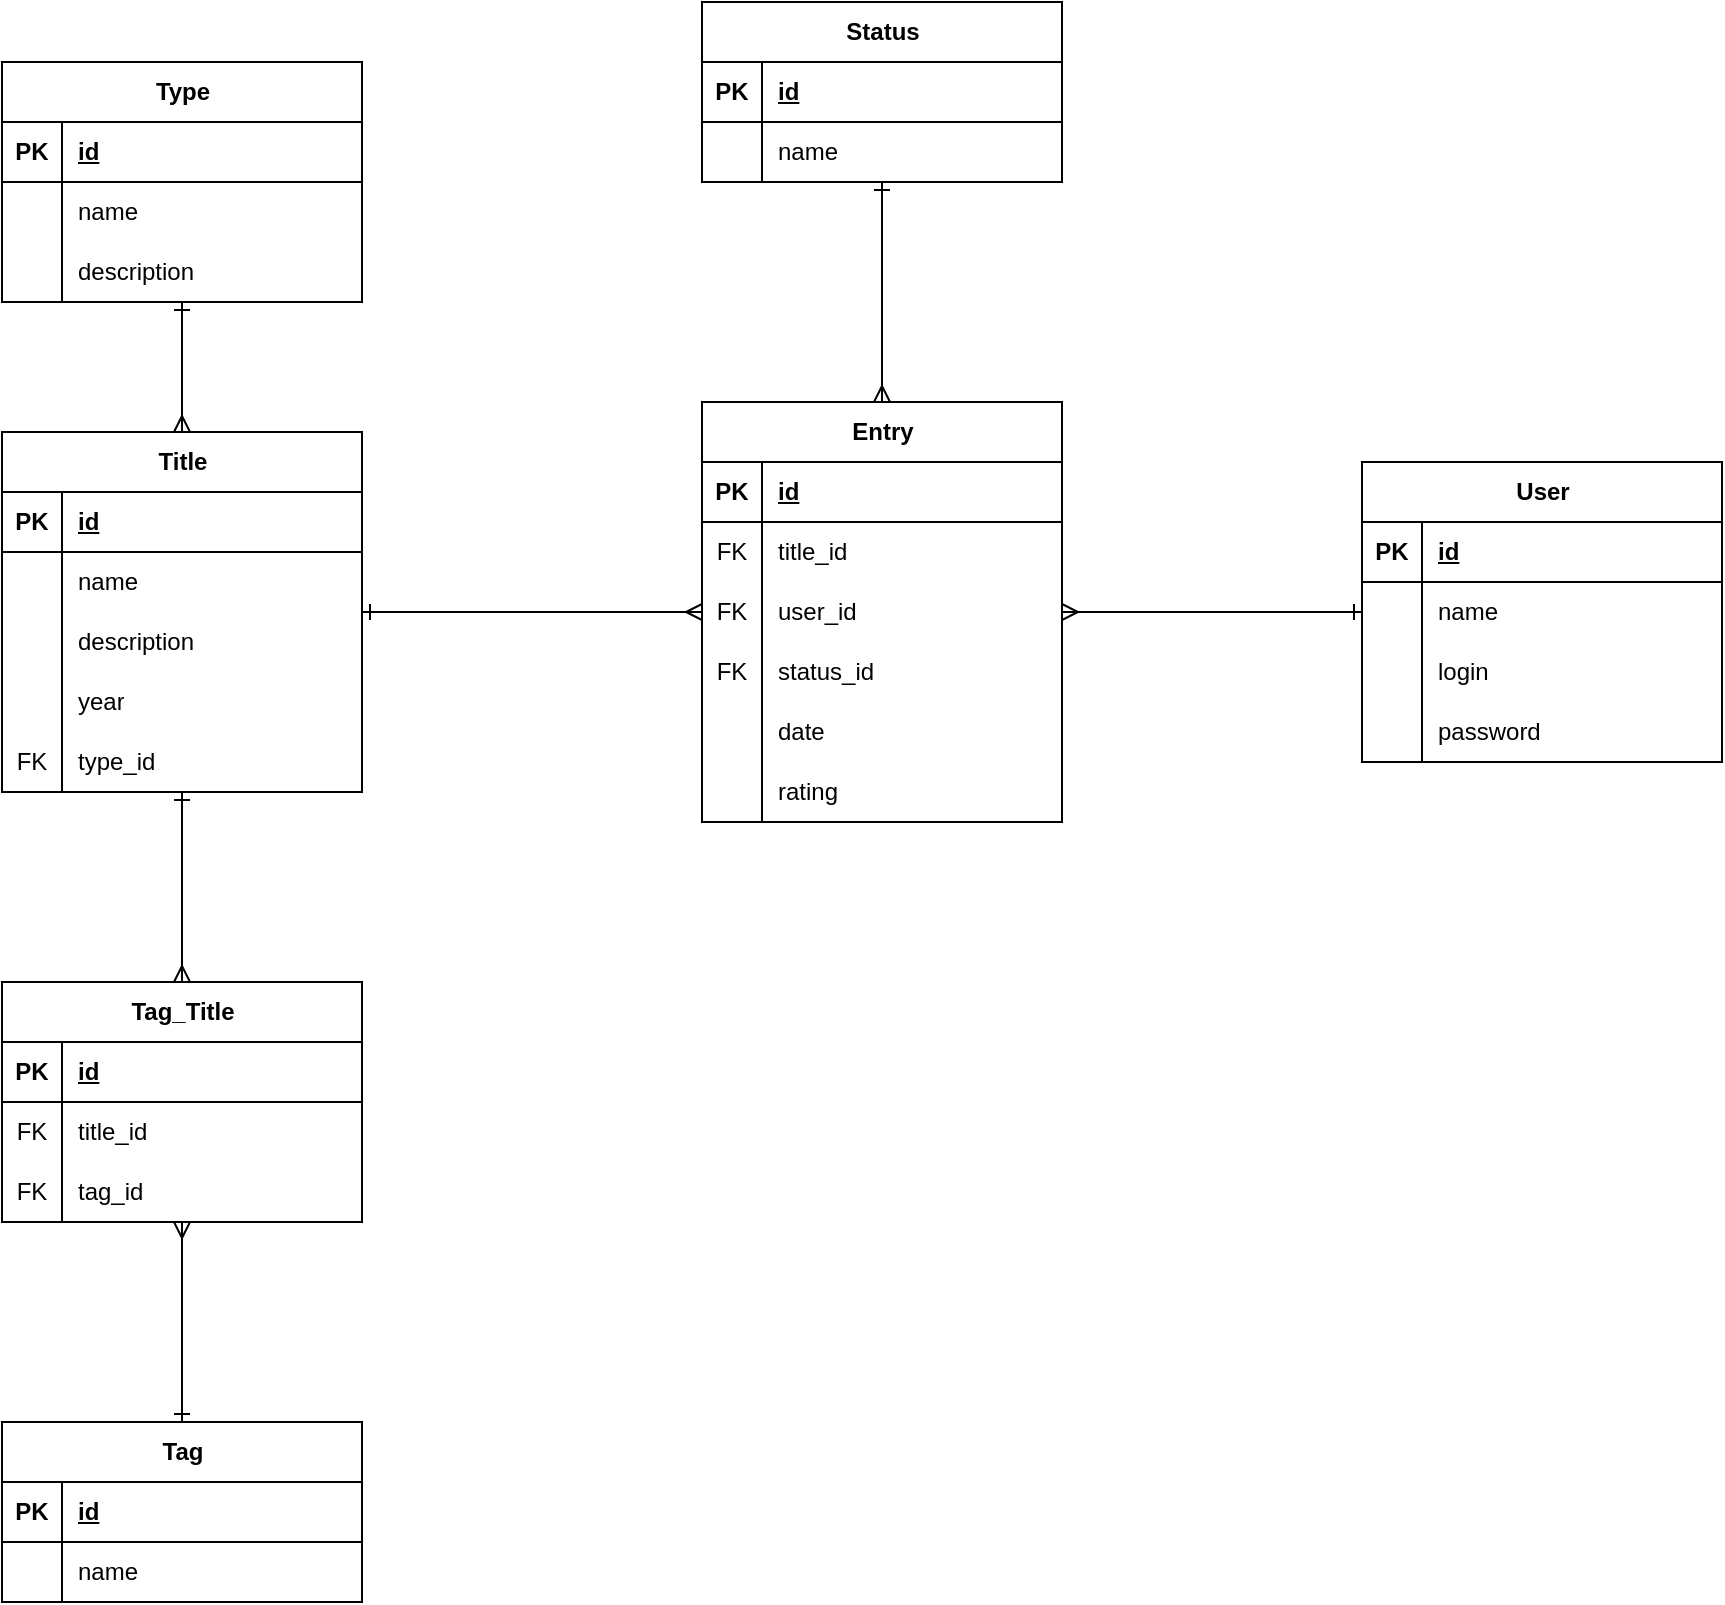
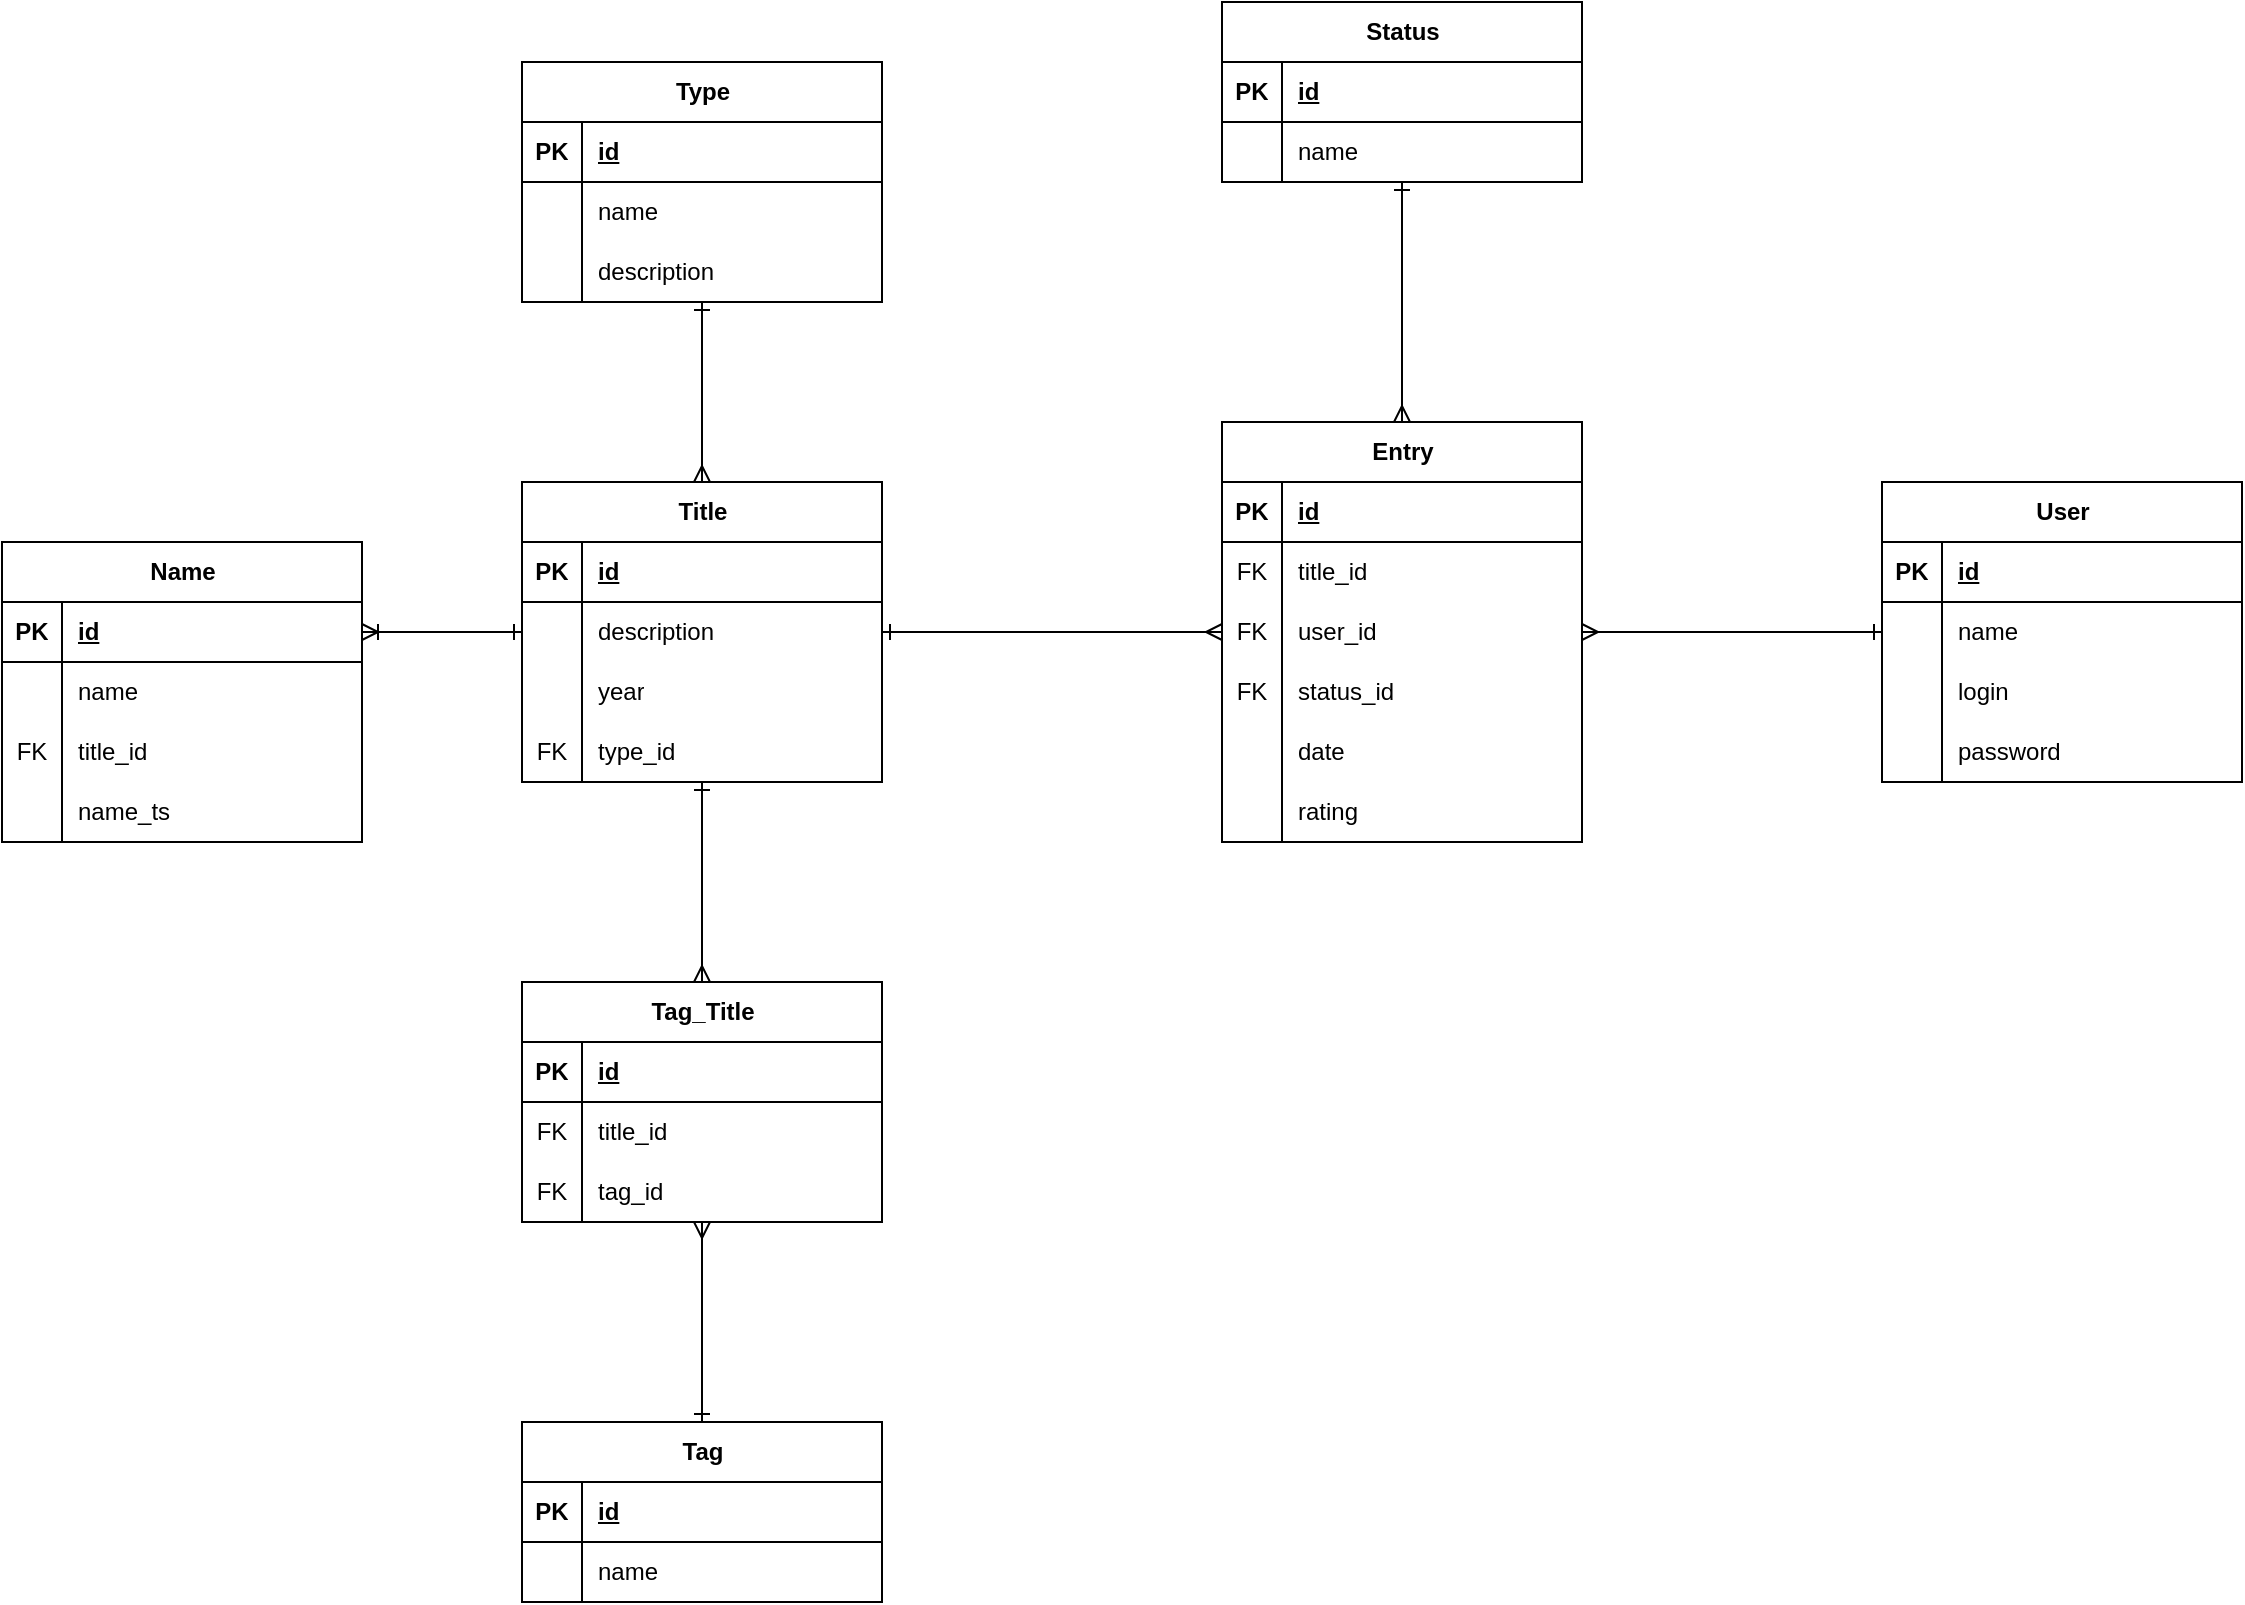
<mxfile host="Electron">
  <diagram name="Page-1" id="UIAP0Rb6fy2qAwrK1eh9">
-     <mxGraphModel dx="1414" dy="838" grid="1" gridSize="10" guides="1" tooltips="1" connect="1" arrows="1" fold="1" page="1" pageScale="1" pageWidth="1600" pageHeight="900" math="0" shadow="0">
+     <mxGraphModel dx="1664" dy="986" grid="1" gridSize="10" guides="1" tooltips="1" connect="1" arrows="1" fold="1" page="1" pageScale="1" pageWidth="1600" pageHeight="900" math="0" shadow="0">
      <root>
        <mxCell id="0" />
        <mxCell id="1" parent="0" />
        <mxCell id="jYiKfdRUw1l_-2MJucJx-72" edge="1" parent="1" source="jYiKfdRUw1l_-2MJucJx-5" style="edgeStyle=orthogonalEdgeStyle;rounded=0;orthogonalLoop=1;jettySize=auto;html=1;entryX=0;entryY=0.5;entryDx=0;entryDy=0;endArrow=ERmany;endFill=0;startArrow=ERone;startFill=0;" target="jYiKfdRUw1l_-2MJucJx-63">
          <mxGeometry relative="1" as="geometry" />
        </mxCell>
        <mxCell id="jYiKfdRUw1l_-2MJucJx-118" edge="1" parent="1" source="jYiKfdRUw1l_-2MJucJx-5" style="edgeStyle=orthogonalEdgeStyle;rounded=0;orthogonalLoop=1;jettySize=auto;html=1;entryX=0.5;entryY=0;entryDx=0;entryDy=0;startArrow=ERone;startFill=0;endArrow=ERmany;endFill=0;" target="jYiKfdRUw1l_-2MJucJx-107">
          <mxGeometry relative="1" as="geometry" />
        </mxCell>
        <mxCell id="jYiKfdRUw1l_-2MJucJx-5" parent="1" style="shape=table;startSize=30;container=1;collapsible=1;childLayout=tableLayout;fixedRows=1;rowLines=0;fontStyle=1;align=center;resizeLast=1;html=1;" value="Title" vertex="1">
-           <mxGeometry height="180" width="180" x="310" y="245" as="geometry" />
+           <mxGeometry height="150" width="180" x="310" y="270" as="geometry" />
        </mxCell>
        <mxCell id="jYiKfdRUw1l_-2MJucJx-6" parent="jYiKfdRUw1l_-2MJucJx-5" style="shape=tableRow;horizontal=0;startSize=0;swimlaneHead=0;swimlaneBody=0;fillColor=none;collapsible=0;dropTarget=0;points=[[0,0.5],[1,0.5]];portConstraint=eastwest;top=0;left=0;right=0;bottom=1;" value="" vertex="1">
          <mxGeometry height="30" width="180" y="30" as="geometry" />
        </mxCell>
        <mxCell id="jYiKfdRUw1l_-2MJucJx-7" parent="jYiKfdRUw1l_-2MJucJx-6" style="shape=partialRectangle;connectable=0;fillColor=none;top=0;left=0;bottom=0;right=0;fontStyle=1;overflow=hidden;whiteSpace=wrap;html=1;" value="PK" vertex="1">
          <mxGeometry height="30" width="30" as="geometry">
            <mxRectangle height="30" width="30" as="alternateBounds" />
          </mxGeometry>
        </mxCell>
        <mxCell id="jYiKfdRUw1l_-2MJucJx-8" parent="jYiKfdRUw1l_-2MJucJx-6" style="shape=partialRectangle;connectable=0;fillColor=none;top=0;left=0;bottom=0;right=0;align=left;spacingLeft=6;fontStyle=5;overflow=hidden;whiteSpace=wrap;html=1;" value="id" vertex="1">
          <mxGeometry height="30" width="150" x="30" as="geometry">
            <mxRectangle height="30" width="150" as="alternateBounds" />
          </mxGeometry>
        </mxCell>
-         <mxCell id="jYiKfdRUw1l_-2MJucJx-9" parent="jYiKfdRUw1l_-2MJucJx-5" style="shape=tableRow;horizontal=0;startSize=0;swimlaneHead=0;swimlaneBody=0;fillColor=none;collapsible=0;dropTarget=0;points=[[0,0.5],[1,0.5]];portConstraint=eastwest;top=0;left=0;right=0;bottom=0;" value="" vertex="1">
-           <mxGeometry height="30" width="180" y="60" as="geometry" />
-         </mxCell>
-         <mxCell id="jYiKfdRUw1l_-2MJucJx-10" parent="jYiKfdRUw1l_-2MJucJx-9" style="shape=partialRectangle;connectable=0;fillColor=none;top=0;left=0;bottom=0;right=0;editable=1;overflow=hidden;whiteSpace=wrap;html=1;" value="" vertex="1">
-           <mxGeometry height="30" width="30" as="geometry">
-             <mxRectangle height="30" width="30" as="alternateBounds" />
-           </mxGeometry>
-         </mxCell>
-         <mxCell id="jYiKfdRUw1l_-2MJucJx-11" parent="jYiKfdRUw1l_-2MJucJx-9" style="shape=partialRectangle;connectable=0;fillColor=none;top=0;left=0;bottom=0;right=0;align=left;spacingLeft=6;overflow=hidden;whiteSpace=wrap;html=1;" value="name" vertex="1">
-           <mxGeometry height="30" width="150" x="30" as="geometry">
-             <mxRectangle height="30" width="150" as="alternateBounds" />
-           </mxGeometry>
-         </mxCell>
        <mxCell id="jYiKfdRUw1l_-2MJucJx-12" parent="jYiKfdRUw1l_-2MJucJx-5" style="shape=tableRow;horizontal=0;startSize=0;swimlaneHead=0;swimlaneBody=0;fillColor=none;collapsible=0;dropTarget=0;points=[[0,0.5],[1,0.5]];portConstraint=eastwest;top=0;left=0;right=0;bottom=0;" value="" vertex="1">
-           <mxGeometry height="30" width="180" y="90" as="geometry" />
+           <mxGeometry height="30" width="180" y="60" as="geometry" />
        </mxCell>
        <mxCell id="jYiKfdRUw1l_-2MJucJx-13" parent="jYiKfdRUw1l_-2MJucJx-12" style="shape=partialRectangle;connectable=0;fillColor=none;top=0;left=0;bottom=0;right=0;editable=1;overflow=hidden;whiteSpace=wrap;html=1;" value="" vertex="1">
          <mxGeometry height="30" width="30" as="geometry">
            <mxRectangle height="30" width="30" as="alternateBounds" />
          </mxGeometry>
        </mxCell>
        <mxCell id="jYiKfdRUw1l_-2MJucJx-14" parent="jYiKfdRUw1l_-2MJucJx-12" style="shape=partialRectangle;connectable=0;fillColor=none;top=0;left=0;bottom=0;right=0;align=left;spacingLeft=6;overflow=hidden;whiteSpace=wrap;html=1;" value="description" vertex="1">
          <mxGeometry height="30" width="150" x="30" as="geometry">
            <mxRectangle height="30" width="150" as="alternateBounds" />
          </mxGeometry>
        </mxCell>
        <mxCell id="jYiKfdRUw1l_-2MJucJx-15" parent="jYiKfdRUw1l_-2MJucJx-5" style="shape=tableRow;horizontal=0;startSize=0;swimlaneHead=0;swimlaneBody=0;fillColor=none;collapsible=0;dropTarget=0;points=[[0,0.5],[1,0.5]];portConstraint=eastwest;top=0;left=0;right=0;bottom=0;" value="" vertex="1">
+           <mxGeometry height="30" width="180" y="90" as="geometry" />
+         </mxCell>
+         <mxCell id="jYiKfdRUw1l_-2MJucJx-16" parent="jYiKfdRUw1l_-2MJucJx-15" style="shape=partialRectangle;connectable=0;fillColor=none;top=0;left=0;bottom=0;right=0;editable=1;overflow=hidden;whiteSpace=wrap;html=1;" value="" vertex="1">
+           <mxGeometry height="30" width="30" as="geometry">
+             <mxRectangle height="30" width="30" as="alternateBounds" />
+           </mxGeometry>
+         </mxCell>
+         <mxCell id="jYiKfdRUw1l_-2MJucJx-17" parent="jYiKfdRUw1l_-2MJucJx-15" style="shape=partialRectangle;connectable=0;fillColor=none;top=0;left=0;bottom=0;right=0;align=left;spacingLeft=6;overflow=hidden;whiteSpace=wrap;html=1;" value="year" vertex="1">
+           <mxGeometry height="30" width="150" x="30" as="geometry">
+             <mxRectangle height="30" width="150" as="alternateBounds" />
+           </mxGeometry>
+         </mxCell>
+         <mxCell id="jYiKfdRUw1l_-2MJucJx-37" parent="jYiKfdRUw1l_-2MJucJx-5" style="shape=tableRow;horizontal=0;startSize=0;swimlaneHead=0;swimlaneBody=0;fillColor=none;collapsible=0;dropTarget=0;points=[[0,0.5],[1,0.5]];portConstraint=eastwest;top=0;left=0;right=0;bottom=0;" vertex="1">
          <mxGeometry height="30" width="180" y="120" as="geometry" />
-         </mxCell>
-         <mxCell id="jYiKfdRUw1l_-2MJucJx-16" parent="jYiKfdRUw1l_-2MJucJx-15" style="shape=partialRectangle;connectable=0;fillColor=none;top=0;left=0;bottom=0;right=0;editable=1;overflow=hidden;whiteSpace=wrap;html=1;" value="" vertex="1">
-           <mxGeometry height="30" width="30" as="geometry">
-             <mxRectangle height="30" width="30" as="alternateBounds" />
-           </mxGeometry>
-         </mxCell>
-         <mxCell id="jYiKfdRUw1l_-2MJucJx-17" parent="jYiKfdRUw1l_-2MJucJx-15" style="shape=partialRectangle;connectable=0;fillColor=none;top=0;left=0;bottom=0;right=0;align=left;spacingLeft=6;overflow=hidden;whiteSpace=wrap;html=1;" value="year" vertex="1">
-           <mxGeometry height="30" width="150" x="30" as="geometry">
-             <mxRectangle height="30" width="150" as="alternateBounds" />
-           </mxGeometry>
-         </mxCell>
-         <mxCell id="jYiKfdRUw1l_-2MJucJx-37" parent="jYiKfdRUw1l_-2MJucJx-5" style="shape=tableRow;horizontal=0;startSize=0;swimlaneHead=0;swimlaneBody=0;fillColor=none;collapsible=0;dropTarget=0;points=[[0,0.5],[1,0.5]];portConstraint=eastwest;top=0;left=0;right=0;bottom=0;" vertex="1">
-           <mxGeometry height="30" width="180" y="150" as="geometry" />
        </mxCell>
        <mxCell id="jYiKfdRUw1l_-2MJucJx-38" parent="jYiKfdRUw1l_-2MJucJx-37" style="shape=partialRectangle;connectable=0;fillColor=none;top=0;left=0;bottom=0;right=0;editable=1;overflow=hidden;whiteSpace=wrap;html=1;" value="FK" vertex="1">
          <mxGeometry height="30" width="30" as="geometry">
            <mxRectangle height="30" width="30" as="alternateBounds" />
          </mxGeometry>
        </mxCell>
        <mxCell id="jYiKfdRUw1l_-2MJucJx-39" parent="jYiKfdRUw1l_-2MJucJx-37" style="shape=partialRectangle;connectable=0;fillColor=none;top=0;left=0;bottom=0;right=0;align=left;spacingLeft=6;overflow=hidden;whiteSpace=wrap;html=1;" value="type_id" vertex="1">
          <mxGeometry height="30" width="150" x="30" as="geometry">
            <mxRectangle height="30" width="150" as="alternateBounds" />
          </mxGeometry>
        </mxCell>
        <mxCell id="jYiKfdRUw1l_-2MJucJx-33" edge="1" parent="1" source="jYiKfdRUw1l_-2MJucJx-18" style="edgeStyle=orthogonalEdgeStyle;rounded=0;orthogonalLoop=1;jettySize=auto;html=1;entryX=0.5;entryY=0;entryDx=0;entryDy=0;endArrow=ERmany;endFill=0;startArrow=ERone;startFill=0;" target="jYiKfdRUw1l_-2MJucJx-5">
          <mxGeometry relative="1" as="geometry" />
        </mxCell>
        <mxCell id="jYiKfdRUw1l_-2MJucJx-18" parent="1" style="shape=table;startSize=30;container=1;collapsible=1;childLayout=tableLayout;fixedRows=1;rowLines=0;fontStyle=1;align=center;resizeLast=1;html=1;" value="Type" vertex="1">
          <mxGeometry height="120" width="180" x="310" y="60" as="geometry" />
        </mxCell>
        <mxCell id="jYiKfdRUw1l_-2MJucJx-19" parent="jYiKfdRUw1l_-2MJucJx-18" style="shape=tableRow;horizontal=0;startSize=0;swimlaneHead=0;swimlaneBody=0;fillColor=none;collapsible=0;dropTarget=0;points=[[0,0.5],[1,0.5]];portConstraint=eastwest;top=0;left=0;right=0;bottom=1;" value="" vertex="1">
          <mxGeometry height="30" width="180" y="30" as="geometry" />
        </mxCell>
        <mxCell id="jYiKfdRUw1l_-2MJucJx-20" parent="jYiKfdRUw1l_-2MJucJx-19" style="shape=partialRectangle;connectable=0;fillColor=none;top=0;left=0;bottom=0;right=0;fontStyle=1;overflow=hidden;whiteSpace=wrap;html=1;" value="PK" vertex="1">
          <mxGeometry height="30" width="30" as="geometry">
            <mxRectangle height="30" width="30" as="alternateBounds" />
          </mxGeometry>
        </mxCell>
        <mxCell id="jYiKfdRUw1l_-2MJucJx-21" parent="jYiKfdRUw1l_-2MJucJx-19" style="shape=partialRectangle;connectable=0;fillColor=none;top=0;left=0;bottom=0;right=0;align=left;spacingLeft=6;fontStyle=5;overflow=hidden;whiteSpace=wrap;html=1;" value="id" vertex="1">
          <mxGeometry height="30" width="150" x="30" as="geometry">
            <mxRectangle height="30" width="150" as="alternateBounds" />
          </mxGeometry>
        </mxCell>
        <mxCell id="jYiKfdRUw1l_-2MJucJx-22" parent="jYiKfdRUw1l_-2MJucJx-18" style="shape=tableRow;horizontal=0;startSize=0;swimlaneHead=0;swimlaneBody=0;fillColor=none;collapsible=0;dropTarget=0;points=[[0,0.5],[1,0.5]];portConstraint=eastwest;top=0;left=0;right=0;bottom=0;" value="" vertex="1">
          <mxGeometry height="30" width="180" y="60" as="geometry" />
        </mxCell>
        <mxCell id="jYiKfdRUw1l_-2MJucJx-23" parent="jYiKfdRUw1l_-2MJucJx-22" style="shape=partialRectangle;connectable=0;fillColor=none;top=0;left=0;bottom=0;right=0;editable=1;overflow=hidden;whiteSpace=wrap;html=1;" value="" vertex="1">
          <mxGeometry height="30" width="30" as="geometry">
            <mxRectangle height="30" width="30" as="alternateBounds" />
          </mxGeometry>
        </mxCell>
        <mxCell id="jYiKfdRUw1l_-2MJucJx-24" parent="jYiKfdRUw1l_-2MJucJx-22" style="shape=partialRectangle;connectable=0;fillColor=none;top=0;left=0;bottom=0;right=0;align=left;spacingLeft=6;overflow=hidden;whiteSpace=wrap;html=1;" value="name" vertex="1">
          <mxGeometry height="30" width="150" x="30" as="geometry">
            <mxRectangle height="30" width="150" as="alternateBounds" />
          </mxGeometry>
        </mxCell>
        <mxCell id="jYiKfdRUw1l_-2MJucJx-25" parent="jYiKfdRUw1l_-2MJucJx-18" style="shape=tableRow;horizontal=0;startSize=0;swimlaneHead=0;swimlaneBody=0;fillColor=none;collapsible=0;dropTarget=0;points=[[0,0.5],[1,0.5]];portConstraint=eastwest;top=0;left=0;right=0;bottom=0;" value="" vertex="1">
          <mxGeometry height="30" width="180" y="90" as="geometry" />
        </mxCell>
        <mxCell id="jYiKfdRUw1l_-2MJucJx-26" parent="jYiKfdRUw1l_-2MJucJx-25" style="shape=partialRectangle;connectable=0;fillColor=none;top=0;left=0;bottom=0;right=0;editable=1;overflow=hidden;whiteSpace=wrap;html=1;" value="" vertex="1">
          <mxGeometry height="30" width="30" as="geometry">
            <mxRectangle height="30" width="30" as="alternateBounds" />
          </mxGeometry>
        </mxCell>
        <mxCell id="jYiKfdRUw1l_-2MJucJx-27" parent="jYiKfdRUw1l_-2MJucJx-25" style="shape=partialRectangle;connectable=0;fillColor=none;top=0;left=0;bottom=0;right=0;align=left;spacingLeft=6;overflow=hidden;whiteSpace=wrap;html=1;" value="description" vertex="1">
          <mxGeometry height="30" width="150" x="30" as="geometry">
            <mxRectangle height="30" width="150" as="alternateBounds" />
          </mxGeometry>
        </mxCell>
        <mxCell id="jYiKfdRUw1l_-2MJucJx-40" parent="1" style="shape=table;startSize=30;container=1;collapsible=1;childLayout=tableLayout;fixedRows=1;rowLines=0;fontStyle=1;align=center;resizeLast=1;html=1;" value="User" vertex="1">
-           <mxGeometry height="150" width="180" x="990" y="260" as="geometry" />
+           <mxGeometry height="150" width="180" x="990" y="270" as="geometry" />
        </mxCell>
        <mxCell id="jYiKfdRUw1l_-2MJucJx-41" parent="jYiKfdRUw1l_-2MJucJx-40" style="shape=tableRow;horizontal=0;startSize=0;swimlaneHead=0;swimlaneBody=0;fillColor=none;collapsible=0;dropTarget=0;points=[[0,0.5],[1,0.5]];portConstraint=eastwest;top=0;left=0;right=0;bottom=1;" value="" vertex="1">
          <mxGeometry height="30" width="180" y="30" as="geometry" />
        </mxCell>
        <mxCell id="jYiKfdRUw1l_-2MJucJx-42" parent="jYiKfdRUw1l_-2MJucJx-41" style="shape=partialRectangle;connectable=0;fillColor=none;top=0;left=0;bottom=0;right=0;fontStyle=1;overflow=hidden;whiteSpace=wrap;html=1;" value="PK" vertex="1">
          <mxGeometry height="30" width="30" as="geometry">
            <mxRectangle height="30" width="30" as="alternateBounds" />
          </mxGeometry>
        </mxCell>
        <mxCell id="jYiKfdRUw1l_-2MJucJx-43" parent="jYiKfdRUw1l_-2MJucJx-41" style="shape=partialRectangle;connectable=0;fillColor=none;top=0;left=0;bottom=0;right=0;align=left;spacingLeft=6;fontStyle=5;overflow=hidden;whiteSpace=wrap;html=1;" value="id" vertex="1">
          <mxGeometry height="30" width="150" x="30" as="geometry">
            <mxRectangle height="30" width="150" as="alternateBounds" />
          </mxGeometry>
        </mxCell>
        <mxCell id="jYiKfdRUw1l_-2MJucJx-44" parent="jYiKfdRUw1l_-2MJucJx-40" style="shape=tableRow;horizontal=0;startSize=0;swimlaneHead=0;swimlaneBody=0;fillColor=none;collapsible=0;dropTarget=0;points=[[0,0.5],[1,0.5]];portConstraint=eastwest;top=0;left=0;right=0;bottom=0;" value="" vertex="1">
          <mxGeometry height="30" width="180" y="60" as="geometry" />
        </mxCell>
        <mxCell id="jYiKfdRUw1l_-2MJucJx-45" parent="jYiKfdRUw1l_-2MJucJx-44" style="shape=partialRectangle;connectable=0;fillColor=none;top=0;left=0;bottom=0;right=0;editable=1;overflow=hidden;whiteSpace=wrap;html=1;" value="" vertex="1">
          <mxGeometry height="30" width="30" as="geometry">
            <mxRectangle height="30" width="30" as="alternateBounds" />
          </mxGeometry>
        </mxCell>
        <mxCell id="jYiKfdRUw1l_-2MJucJx-46" parent="jYiKfdRUw1l_-2MJucJx-44" style="shape=partialRectangle;connectable=0;fillColor=none;top=0;left=0;bottom=0;right=0;align=left;spacingLeft=6;overflow=hidden;whiteSpace=wrap;html=1;" value="name" vertex="1">
          <mxGeometry height="30" width="150" x="30" as="geometry">
            <mxRectangle height="30" width="150" as="alternateBounds" />
          </mxGeometry>
        </mxCell>
        <mxCell id="jYiKfdRUw1l_-2MJucJx-90" parent="jYiKfdRUw1l_-2MJucJx-40" style="shape=tableRow;horizontal=0;startSize=0;swimlaneHead=0;swimlaneBody=0;fillColor=none;collapsible=0;dropTarget=0;points=[[0,0.5],[1,0.5]];portConstraint=eastwest;top=0;left=0;right=0;bottom=0;" vertex="1">
          <mxGeometry height="30" width="180" y="90" as="geometry" />
        </mxCell>
        <mxCell id="jYiKfdRUw1l_-2MJucJx-91" parent="jYiKfdRUw1l_-2MJucJx-90" style="shape=partialRectangle;connectable=0;fillColor=none;top=0;left=0;bottom=0;right=0;editable=1;overflow=hidden;whiteSpace=wrap;html=1;" vertex="1">
          <mxGeometry height="30" width="30" as="geometry">
            <mxRectangle height="30" width="30" as="alternateBounds" />
          </mxGeometry>
        </mxCell>
        <mxCell id="jYiKfdRUw1l_-2MJucJx-92" parent="jYiKfdRUw1l_-2MJucJx-90" style="shape=partialRectangle;connectable=0;fillColor=none;top=0;left=0;bottom=0;right=0;align=left;spacingLeft=6;overflow=hidden;whiteSpace=wrap;html=1;" value="login" vertex="1">
          <mxGeometry height="30" width="150" x="30" as="geometry">
            <mxRectangle height="30" width="150" as="alternateBounds" />
          </mxGeometry>
        </mxCell>
        <mxCell id="jYiKfdRUw1l_-2MJucJx-47" parent="jYiKfdRUw1l_-2MJucJx-40" style="shape=tableRow;horizontal=0;startSize=0;swimlaneHead=0;swimlaneBody=0;fillColor=none;collapsible=0;dropTarget=0;points=[[0,0.5],[1,0.5]];portConstraint=eastwest;top=0;left=0;right=0;bottom=0;" value="" vertex="1">
          <mxGeometry height="30" width="180" y="120" as="geometry" />
        </mxCell>
        <mxCell id="jYiKfdRUw1l_-2MJucJx-48" parent="jYiKfdRUw1l_-2MJucJx-47" style="shape=partialRectangle;connectable=0;fillColor=none;top=0;left=0;bottom=0;right=0;editable=1;overflow=hidden;whiteSpace=wrap;html=1;" value="" vertex="1">
          <mxGeometry height="30" width="30" as="geometry">
            <mxRectangle height="30" width="30" as="alternateBounds" />
          </mxGeometry>
        </mxCell>
        <mxCell id="jYiKfdRUw1l_-2MJucJx-49" parent="jYiKfdRUw1l_-2MJucJx-47" style="shape=partialRectangle;connectable=0;fillColor=none;top=0;left=0;bottom=0;right=0;align=left;spacingLeft=6;overflow=hidden;whiteSpace=wrap;html=1;" value="password" vertex="1">
          <mxGeometry height="30" width="150" x="30" as="geometry">
            <mxRectangle height="30" width="150" as="alternateBounds" />
          </mxGeometry>
        </mxCell>
        <mxCell id="jYiKfdRUw1l_-2MJucJx-56" parent="1" style="shape=table;startSize=30;container=1;collapsible=1;childLayout=tableLayout;fixedRows=1;rowLines=0;fontStyle=1;align=center;resizeLast=1;html=1;" value="Entry" vertex="1">
-           <mxGeometry height="210" width="180" x="660" y="230" as="geometry" />
+           <mxGeometry height="210" width="180" x="660" y="240" as="geometry" />
        </mxCell>
        <mxCell id="jYiKfdRUw1l_-2MJucJx-57" parent="jYiKfdRUw1l_-2MJucJx-56" style="shape=tableRow;horizontal=0;startSize=0;swimlaneHead=0;swimlaneBody=0;fillColor=none;collapsible=0;dropTarget=0;points=[[0,0.5],[1,0.5]];portConstraint=eastwest;top=0;left=0;right=0;bottom=1;" value="" vertex="1">
          <mxGeometry height="30" width="180" y="30" as="geometry" />
        </mxCell>
        <mxCell id="jYiKfdRUw1l_-2MJucJx-58" parent="jYiKfdRUw1l_-2MJucJx-57" style="shape=partialRectangle;connectable=0;fillColor=none;top=0;left=0;bottom=0;right=0;fontStyle=1;overflow=hidden;whiteSpace=wrap;html=1;" value="PK" vertex="1">
          <mxGeometry height="30" width="30" as="geometry">
            <mxRectangle height="30" width="30" as="alternateBounds" />
          </mxGeometry>
        </mxCell>
        <mxCell id="jYiKfdRUw1l_-2MJucJx-59" parent="jYiKfdRUw1l_-2MJucJx-57" style="shape=partialRectangle;connectable=0;fillColor=none;top=0;left=0;bottom=0;right=0;align=left;spacingLeft=6;fontStyle=5;overflow=hidden;whiteSpace=wrap;html=1;" value="id" vertex="1">
          <mxGeometry height="30" width="150" x="30" as="geometry">
            <mxRectangle height="30" width="150" as="alternateBounds" />
          </mxGeometry>
        </mxCell>
        <mxCell id="jYiKfdRUw1l_-2MJucJx-60" parent="jYiKfdRUw1l_-2MJucJx-56" style="shape=tableRow;horizontal=0;startSize=0;swimlaneHead=0;swimlaneBody=0;fillColor=none;collapsible=0;dropTarget=0;points=[[0,0.5],[1,0.5]];portConstraint=eastwest;top=0;left=0;right=0;bottom=0;" value="" vertex="1">
          <mxGeometry height="30" width="180" y="60" as="geometry" />
        </mxCell>
        <mxCell id="jYiKfdRUw1l_-2MJucJx-61" parent="jYiKfdRUw1l_-2MJucJx-60" style="shape=partialRectangle;connectable=0;fillColor=none;top=0;left=0;bottom=0;right=0;editable=1;overflow=hidden;whiteSpace=wrap;html=1;" value="FK" vertex="1">
          <mxGeometry height="30" width="30" as="geometry">
            <mxRectangle height="30" width="30" as="alternateBounds" />
          </mxGeometry>
        </mxCell>
        <mxCell id="jYiKfdRUw1l_-2MJucJx-62" parent="jYiKfdRUw1l_-2MJucJx-60" style="shape=partialRectangle;connectable=0;fillColor=none;top=0;left=0;bottom=0;right=0;align=left;spacingLeft=6;overflow=hidden;whiteSpace=wrap;html=1;" value="title_i&lt;span style=&quot;background-color: transparent; color: light-dark(rgb(0, 0, 0), rgb(255, 255, 255));&quot;&gt;d&lt;/span&gt;" vertex="1">
          <mxGeometry height="30" width="150" x="30" as="geometry">
            <mxRectangle height="30" width="150" as="alternateBounds" />
          </mxGeometry>
        </mxCell>
        <mxCell id="jYiKfdRUw1l_-2MJucJx-63" parent="jYiKfdRUw1l_-2MJucJx-56" style="shape=tableRow;horizontal=0;startSize=0;swimlaneHead=0;swimlaneBody=0;fillColor=none;collapsible=0;dropTarget=0;points=[[0,0.5],[1,0.5]];portConstraint=eastwest;top=0;left=0;right=0;bottom=0;" value="" vertex="1">
          <mxGeometry height="30" width="180" y="90" as="geometry" />
        </mxCell>
        <mxCell id="jYiKfdRUw1l_-2MJucJx-64" parent="jYiKfdRUw1l_-2MJucJx-63" style="shape=partialRectangle;connectable=0;fillColor=none;top=0;left=0;bottom=0;right=0;editable=1;overflow=hidden;whiteSpace=wrap;html=1;" value="FK" vertex="1">
          <mxGeometry height="30" width="30" as="geometry">
            <mxRectangle height="30" width="30" as="alternateBounds" />
          </mxGeometry>
        </mxCell>
        <mxCell id="jYiKfdRUw1l_-2MJucJx-65" parent="jYiKfdRUw1l_-2MJucJx-63" style="shape=partialRectangle;connectable=0;fillColor=none;top=0;left=0;bottom=0;right=0;align=left;spacingLeft=6;overflow=hidden;whiteSpace=wrap;html=1;" value="user_id" vertex="1">
          <mxGeometry height="30" width="150" x="30" as="geometry">
            <mxRectangle height="30" width="150" as="alternateBounds" />
          </mxGeometry>
        </mxCell>
        <mxCell id="jYiKfdRUw1l_-2MJucJx-66" parent="jYiKfdRUw1l_-2MJucJx-56" style="shape=tableRow;horizontal=0;startSize=0;swimlaneHead=0;swimlaneBody=0;fillColor=none;collapsible=0;dropTarget=0;points=[[0,0.5],[1,0.5]];portConstraint=eastwest;top=0;left=0;right=0;bottom=0;" value="" vertex="1">
          <mxGeometry height="30" width="180" y="120" as="geometry" />
        </mxCell>
        <mxCell id="jYiKfdRUw1l_-2MJucJx-67" parent="jYiKfdRUw1l_-2MJucJx-66" style="shape=partialRectangle;connectable=0;fillColor=none;top=0;left=0;bottom=0;right=0;editable=1;overflow=hidden;whiteSpace=wrap;html=1;" value="FK" vertex="1">
          <mxGeometry height="30" width="30" as="geometry">
            <mxRectangle height="30" width="30" as="alternateBounds" />
          </mxGeometry>
        </mxCell>
        <mxCell id="jYiKfdRUw1l_-2MJucJx-68" parent="jYiKfdRUw1l_-2MJucJx-66" style="shape=partialRectangle;connectable=0;fillColor=none;top=0;left=0;bottom=0;right=0;align=left;spacingLeft=6;overflow=hidden;whiteSpace=wrap;html=1;" value="status_id" vertex="1">
          <mxGeometry height="30" width="150" x="30" as="geometry">
            <mxRectangle height="30" width="150" as="alternateBounds" />
          </mxGeometry>
        </mxCell>
        <mxCell id="jYiKfdRUw1l_-2MJucJx-69" parent="jYiKfdRUw1l_-2MJucJx-56" style="shape=tableRow;horizontal=0;startSize=0;swimlaneHead=0;swimlaneBody=0;fillColor=none;collapsible=0;dropTarget=0;points=[[0,0.5],[1,0.5]];portConstraint=eastwest;top=0;left=0;right=0;bottom=0;" vertex="1">
          <mxGeometry height="30" width="180" y="150" as="geometry" />
        </mxCell>
        <mxCell id="jYiKfdRUw1l_-2MJucJx-70" parent="jYiKfdRUw1l_-2MJucJx-69" style="shape=partialRectangle;connectable=0;fillColor=none;top=0;left=0;bottom=0;right=0;editable=1;overflow=hidden;whiteSpace=wrap;html=1;" value="" vertex="1">
          <mxGeometry height="30" width="30" as="geometry">
            <mxRectangle height="30" width="30" as="alternateBounds" />
          </mxGeometry>
        </mxCell>
        <mxCell id="jYiKfdRUw1l_-2MJucJx-71" parent="jYiKfdRUw1l_-2MJucJx-69" style="shape=partialRectangle;connectable=0;fillColor=none;top=0;left=0;bottom=0;right=0;align=left;spacingLeft=6;overflow=hidden;whiteSpace=wrap;html=1;" value="date" vertex="1">
          <mxGeometry height="30" width="150" x="30" as="geometry">
            <mxRectangle height="30" width="150" as="alternateBounds" />
          </mxGeometry>
        </mxCell>
        <mxCell id="jYiKfdRUw1l_-2MJucJx-87" parent="jYiKfdRUw1l_-2MJucJx-56" style="shape=tableRow;horizontal=0;startSize=0;swimlaneHead=0;swimlaneBody=0;fillColor=none;collapsible=0;dropTarget=0;points=[[0,0.5],[1,0.5]];portConstraint=eastwest;top=0;left=0;right=0;bottom=0;" vertex="1">
          <mxGeometry height="30" width="180" y="180" as="geometry" />
        </mxCell>
        <mxCell id="jYiKfdRUw1l_-2MJucJx-88" parent="jYiKfdRUw1l_-2MJucJx-87" style="shape=partialRectangle;connectable=0;fillColor=none;top=0;left=0;bottom=0;right=0;editable=1;overflow=hidden;whiteSpace=wrap;html=1;" vertex="1">
          <mxGeometry height="30" width="30" as="geometry">
            <mxRectangle height="30" width="30" as="alternateBounds" />
          </mxGeometry>
        </mxCell>
        <mxCell id="jYiKfdRUw1l_-2MJucJx-89" parent="jYiKfdRUw1l_-2MJucJx-87" style="shape=partialRectangle;connectable=0;fillColor=none;top=0;left=0;bottom=0;right=0;align=left;spacingLeft=6;overflow=hidden;whiteSpace=wrap;html=1;" value="rating" vertex="1">
          <mxGeometry height="30" width="150" x="30" as="geometry">
            <mxRectangle height="30" width="150" as="alternateBounds" />
          </mxGeometry>
        </mxCell>
        <mxCell id="jYiKfdRUw1l_-2MJucJx-73" edge="1" parent="1" source="jYiKfdRUw1l_-2MJucJx-44" style="edgeStyle=orthogonalEdgeStyle;rounded=0;orthogonalLoop=1;jettySize=auto;html=1;entryX=1;entryY=0.5;entryDx=0;entryDy=0;endArrow=ERmany;endFill=0;startArrow=ERone;startFill=0;exitX=0;exitY=0.5;exitDx=0;exitDy=0;" target="jYiKfdRUw1l_-2MJucJx-63">
          <mxGeometry relative="1" as="geometry">
            <mxPoint x="950" y="460" as="sourcePoint" />
          </mxGeometry>
        </mxCell>
        <mxCell id="jYiKfdRUw1l_-2MJucJx-86" edge="1" parent="1" source="jYiKfdRUw1l_-2MJucJx-74" style="edgeStyle=orthogonalEdgeStyle;rounded=0;orthogonalLoop=1;jettySize=auto;html=1;entryX=0.5;entryY=0;entryDx=0;entryDy=0;startArrow=ERone;startFill=0;endArrow=ERmany;endFill=0;" target="jYiKfdRUw1l_-2MJucJx-56">
          <mxGeometry relative="1" as="geometry" />
        </mxCell>
        <mxCell id="jYiKfdRUw1l_-2MJucJx-74" parent="1" style="shape=table;startSize=30;container=1;collapsible=1;childLayout=tableLayout;fixedRows=1;rowLines=0;fontStyle=1;align=center;resizeLast=1;html=1;" value="Status" vertex="1">
          <mxGeometry height="90" width="180" x="660" y="30" as="geometry" />
        </mxCell>
        <mxCell id="jYiKfdRUw1l_-2MJucJx-75" parent="jYiKfdRUw1l_-2MJucJx-74" style="shape=tableRow;horizontal=0;startSize=0;swimlaneHead=0;swimlaneBody=0;fillColor=none;collapsible=0;dropTarget=0;points=[[0,0.5],[1,0.5]];portConstraint=eastwest;top=0;left=0;right=0;bottom=1;" value="" vertex="1">
          <mxGeometry height="30" width="180" y="30" as="geometry" />
        </mxCell>
        <mxCell id="jYiKfdRUw1l_-2MJucJx-76" parent="jYiKfdRUw1l_-2MJucJx-75" style="shape=partialRectangle;connectable=0;fillColor=none;top=0;left=0;bottom=0;right=0;fontStyle=1;overflow=hidden;whiteSpace=wrap;html=1;" value="PK" vertex="1">
          <mxGeometry height="30" width="30" as="geometry">
            <mxRectangle height="30" width="30" as="alternateBounds" />
          </mxGeometry>
        </mxCell>
        <mxCell id="jYiKfdRUw1l_-2MJucJx-77" parent="jYiKfdRUw1l_-2MJucJx-75" style="shape=partialRectangle;connectable=0;fillColor=none;top=0;left=0;bottom=0;right=0;align=left;spacingLeft=6;fontStyle=5;overflow=hidden;whiteSpace=wrap;html=1;" value="id" vertex="1">
          <mxGeometry height="30" width="150" x="30" as="geometry">
            <mxRectangle height="30" width="150" as="alternateBounds" />
          </mxGeometry>
        </mxCell>
        <mxCell id="jYiKfdRUw1l_-2MJucJx-78" parent="jYiKfdRUw1l_-2MJucJx-74" style="shape=tableRow;horizontal=0;startSize=0;swimlaneHead=0;swimlaneBody=0;fillColor=none;collapsible=0;dropTarget=0;points=[[0,0.5],[1,0.5]];portConstraint=eastwest;top=0;left=0;right=0;bottom=0;" value="" vertex="1">
          <mxGeometry height="30" width="180" y="60" as="geometry" />
        </mxCell>
        <mxCell id="jYiKfdRUw1l_-2MJucJx-79" parent="jYiKfdRUw1l_-2MJucJx-78" style="shape=partialRectangle;connectable=0;fillColor=none;top=0;left=0;bottom=0;right=0;editable=1;overflow=hidden;whiteSpace=wrap;html=1;" value="" vertex="1">
          <mxGeometry height="30" width="30" as="geometry">
            <mxRectangle height="30" width="30" as="alternateBounds" />
          </mxGeometry>
        </mxCell>
        <mxCell id="jYiKfdRUw1l_-2MJucJx-80" parent="jYiKfdRUw1l_-2MJucJx-78" style="shape=partialRectangle;connectable=0;fillColor=none;top=0;left=0;bottom=0;right=0;align=left;spacingLeft=6;overflow=hidden;whiteSpace=wrap;html=1;" value="name" vertex="1">
          <mxGeometry height="30" width="150" x="30" as="geometry">
            <mxRectangle height="30" width="150" as="alternateBounds" />
          </mxGeometry>
        </mxCell>
        <mxCell id="jYiKfdRUw1l_-2MJucJx-93" parent="1" style="shape=table;startSize=30;container=1;collapsible=1;childLayout=tableLayout;fixedRows=1;rowLines=0;fontStyle=1;align=center;resizeLast=1;html=1;" value="Tag" vertex="1">
          <mxGeometry height="90" width="180" x="310" y="740" as="geometry" />
        </mxCell>
        <mxCell id="jYiKfdRUw1l_-2MJucJx-94" parent="jYiKfdRUw1l_-2MJucJx-93" style="shape=tableRow;horizontal=0;startSize=0;swimlaneHead=0;swimlaneBody=0;fillColor=none;collapsible=0;dropTarget=0;points=[[0,0.5],[1,0.5]];portConstraint=eastwest;top=0;left=0;right=0;bottom=1;" value="" vertex="1">
          <mxGeometry height="30" width="180" y="30" as="geometry" />
        </mxCell>
        <mxCell id="jYiKfdRUw1l_-2MJucJx-95" parent="jYiKfdRUw1l_-2MJucJx-94" style="shape=partialRectangle;connectable=0;fillColor=none;top=0;left=0;bottom=0;right=0;fontStyle=1;overflow=hidden;whiteSpace=wrap;html=1;" value="PK" vertex="1">
          <mxGeometry height="30" width="30" as="geometry">
            <mxRectangle height="30" width="30" as="alternateBounds" />
          </mxGeometry>
        </mxCell>
        <mxCell id="jYiKfdRUw1l_-2MJucJx-96" parent="jYiKfdRUw1l_-2MJucJx-94" style="shape=partialRectangle;connectable=0;fillColor=none;top=0;left=0;bottom=0;right=0;align=left;spacingLeft=6;fontStyle=5;overflow=hidden;whiteSpace=wrap;html=1;" value="id" vertex="1">
          <mxGeometry height="30" width="150" x="30" as="geometry">
            <mxRectangle height="30" width="150" as="alternateBounds" />
          </mxGeometry>
        </mxCell>
        <mxCell id="jYiKfdRUw1l_-2MJucJx-97" parent="jYiKfdRUw1l_-2MJucJx-93" style="shape=tableRow;horizontal=0;startSize=0;swimlaneHead=0;swimlaneBody=0;fillColor=none;collapsible=0;dropTarget=0;points=[[0,0.5],[1,0.5]];portConstraint=eastwest;top=0;left=0;right=0;bottom=0;" value="" vertex="1">
          <mxGeometry height="30" width="180" y="60" as="geometry" />
        </mxCell>
        <mxCell id="jYiKfdRUw1l_-2MJucJx-98" parent="jYiKfdRUw1l_-2MJucJx-97" style="shape=partialRectangle;connectable=0;fillColor=none;top=0;left=0;bottom=0;right=0;editable=1;overflow=hidden;whiteSpace=wrap;html=1;" value="" vertex="1">
          <mxGeometry height="30" width="30" as="geometry">
            <mxRectangle height="30" width="30" as="alternateBounds" />
          </mxGeometry>
        </mxCell>
        <mxCell id="jYiKfdRUw1l_-2MJucJx-99" parent="jYiKfdRUw1l_-2MJucJx-97" style="shape=partialRectangle;connectable=0;fillColor=none;top=0;left=0;bottom=0;right=0;align=left;spacingLeft=6;overflow=hidden;whiteSpace=wrap;html=1;" value="name" vertex="1">
          <mxGeometry height="30" width="150" x="30" as="geometry">
            <mxRectangle height="30" width="150" as="alternateBounds" />
          </mxGeometry>
        </mxCell>
        <mxCell id="jYiKfdRUw1l_-2MJucJx-120" edge="1" parent="1" source="jYiKfdRUw1l_-2MJucJx-107" style="edgeStyle=orthogonalEdgeStyle;rounded=0;orthogonalLoop=1;jettySize=auto;html=1;entryX=0.5;entryY=0;entryDx=0;entryDy=0;endArrow=ERone;endFill=0;startArrow=ERmany;startFill=0;" target="jYiKfdRUw1l_-2MJucJx-93">
          <mxGeometry relative="1" as="geometry" />
        </mxCell>
        <mxCell id="jYiKfdRUw1l_-2MJucJx-107" parent="1" style="shape=table;startSize=30;container=1;collapsible=1;childLayout=tableLayout;fixedRows=1;rowLines=0;fontStyle=1;align=center;resizeLast=1;html=1;" value="Tag_Title" vertex="1">
          <mxGeometry height="120" width="180" x="310" y="520" as="geometry" />
        </mxCell>
        <mxCell id="jYiKfdRUw1l_-2MJucJx-108" parent="jYiKfdRUw1l_-2MJucJx-107" style="shape=tableRow;horizontal=0;startSize=0;swimlaneHead=0;swimlaneBody=0;fillColor=none;collapsible=0;dropTarget=0;points=[[0,0.5],[1,0.5]];portConstraint=eastwest;top=0;left=0;right=0;bottom=1;" value="" vertex="1">
          <mxGeometry height="30" width="180" y="30" as="geometry" />
        </mxCell>
        <mxCell id="jYiKfdRUw1l_-2MJucJx-109" parent="jYiKfdRUw1l_-2MJucJx-108" style="shape=partialRectangle;connectable=0;fillColor=none;top=0;left=0;bottom=0;right=0;fontStyle=1;overflow=hidden;whiteSpace=wrap;html=1;" value="PK" vertex="1">
          <mxGeometry height="30" width="30" as="geometry">
            <mxRectangle height="30" width="30" as="alternateBounds" />
          </mxGeometry>
        </mxCell>
        <mxCell id="jYiKfdRUw1l_-2MJucJx-110" parent="jYiKfdRUw1l_-2MJucJx-108" style="shape=partialRectangle;connectable=0;fillColor=none;top=0;left=0;bottom=0;right=0;align=left;spacingLeft=6;fontStyle=5;overflow=hidden;whiteSpace=wrap;html=1;" value="id" vertex="1">
          <mxGeometry height="30" width="150" x="30" as="geometry">
            <mxRectangle height="30" width="150" as="alternateBounds" />
          </mxGeometry>
        </mxCell>
        <mxCell id="jYiKfdRUw1l_-2MJucJx-111" parent="jYiKfdRUw1l_-2MJucJx-107" style="shape=tableRow;horizontal=0;startSize=0;swimlaneHead=0;swimlaneBody=0;fillColor=none;collapsible=0;dropTarget=0;points=[[0,0.5],[1,0.5]];portConstraint=eastwest;top=0;left=0;right=0;bottom=0;" value="" vertex="1">
          <mxGeometry height="30" width="180" y="60" as="geometry" />
        </mxCell>
        <mxCell id="jYiKfdRUw1l_-2MJucJx-112" parent="jYiKfdRUw1l_-2MJucJx-111" style="shape=partialRectangle;connectable=0;fillColor=none;top=0;left=0;bottom=0;right=0;editable=1;overflow=hidden;whiteSpace=wrap;html=1;" value="FK" vertex="1">
          <mxGeometry height="30" width="30" as="geometry">
            <mxRectangle height="30" width="30" as="alternateBounds" />
          </mxGeometry>
        </mxCell>
        <mxCell id="jYiKfdRUw1l_-2MJucJx-113" parent="jYiKfdRUw1l_-2MJucJx-111" style="shape=partialRectangle;connectable=0;fillColor=none;top=0;left=0;bottom=0;right=0;align=left;spacingLeft=6;overflow=hidden;whiteSpace=wrap;html=1;" value="title_id" vertex="1">
          <mxGeometry height="30" width="150" x="30" as="geometry">
            <mxRectangle height="30" width="150" as="alternateBounds" />
          </mxGeometry>
        </mxCell>
        <mxCell id="jYiKfdRUw1l_-2MJucJx-114" parent="jYiKfdRUw1l_-2MJucJx-107" style="shape=tableRow;horizontal=0;startSize=0;swimlaneHead=0;swimlaneBody=0;fillColor=none;collapsible=0;dropTarget=0;points=[[0,0.5],[1,0.5]];portConstraint=eastwest;top=0;left=0;right=0;bottom=0;" value="" vertex="1">
          <mxGeometry height="30" width="180" y="90" as="geometry" />
        </mxCell>
        <mxCell id="jYiKfdRUw1l_-2MJucJx-115" parent="jYiKfdRUw1l_-2MJucJx-114" style="shape=partialRectangle;connectable=0;fillColor=none;top=0;left=0;bottom=0;right=0;editable=1;overflow=hidden;whiteSpace=wrap;html=1;" value="FK" vertex="1">
          <mxGeometry height="30" width="30" as="geometry">
            <mxRectangle height="30" width="30" as="alternateBounds" />
          </mxGeometry>
        </mxCell>
        <mxCell id="jYiKfdRUw1l_-2MJucJx-116" parent="jYiKfdRUw1l_-2MJucJx-114" style="shape=partialRectangle;connectable=0;fillColor=none;top=0;left=0;bottom=0;right=0;align=left;spacingLeft=6;overflow=hidden;whiteSpace=wrap;html=1;" value="tag_id" vertex="1">
          <mxGeometry height="30" width="150" x="30" as="geometry">
            <mxRectangle height="30" width="150" as="alternateBounds" />
          </mxGeometry>
+         </mxCell>
+         <mxCell id="jYiKfdRUw1l_-2MJucJx-121" parent="1" style="shape=table;startSize=30;container=1;collapsible=1;childLayout=tableLayout;fixedRows=1;rowLines=0;fontStyle=1;align=center;resizeLast=1;html=1;" value="Name" vertex="1">
+           <mxGeometry height="150" width="180" x="50" y="300" as="geometry" />
+         </mxCell>
+         <mxCell id="jYiKfdRUw1l_-2MJucJx-122" parent="jYiKfdRUw1l_-2MJucJx-121" style="shape=tableRow;horizontal=0;startSize=0;swimlaneHead=0;swimlaneBody=0;fillColor=none;collapsible=0;dropTarget=0;points=[[0,0.5],[1,0.5]];portConstraint=eastwest;top=0;left=0;right=0;bottom=1;" value="" vertex="1">
+           <mxGeometry height="30" width="180" y="30" as="geometry" />
+         </mxCell>
+         <mxCell id="jYiKfdRUw1l_-2MJucJx-123" parent="jYiKfdRUw1l_-2MJucJx-122" style="shape=partialRectangle;connectable=0;fillColor=none;top=0;left=0;bottom=0;right=0;fontStyle=1;overflow=hidden;whiteSpace=wrap;html=1;" value="PK" vertex="1">
+           <mxGeometry height="30" width="30" as="geometry">
+             <mxRectangle height="30" width="30" as="alternateBounds" />
+           </mxGeometry>
+         </mxCell>
+         <mxCell id="jYiKfdRUw1l_-2MJucJx-124" parent="jYiKfdRUw1l_-2MJucJx-122" style="shape=partialRectangle;connectable=0;fillColor=none;top=0;left=0;bottom=0;right=0;align=left;spacingLeft=6;fontStyle=5;overflow=hidden;whiteSpace=wrap;html=1;" value="id" vertex="1">
+           <mxGeometry height="30" width="150" x="30" as="geometry">
+             <mxRectangle height="30" width="150" as="alternateBounds" />
+           </mxGeometry>
+         </mxCell>
+         <mxCell id="jYiKfdRUw1l_-2MJucJx-125" parent="jYiKfdRUw1l_-2MJucJx-121" style="shape=tableRow;horizontal=0;startSize=0;swimlaneHead=0;swimlaneBody=0;fillColor=none;collapsible=0;dropTarget=0;points=[[0,0.5],[1,0.5]];portConstraint=eastwest;top=0;left=0;right=0;bottom=0;" value="" vertex="1">
+           <mxGeometry height="30" width="180" y="60" as="geometry" />
+         </mxCell>
+         <mxCell id="jYiKfdRUw1l_-2MJucJx-126" parent="jYiKfdRUw1l_-2MJucJx-125" style="shape=partialRectangle;connectable=0;fillColor=none;top=0;left=0;bottom=0;right=0;editable=1;overflow=hidden;whiteSpace=wrap;html=1;" value="" vertex="1">
+           <mxGeometry height="30" width="30" as="geometry">
+             <mxRectangle height="30" width="30" as="alternateBounds" />
+           </mxGeometry>
+         </mxCell>
+         <mxCell id="jYiKfdRUw1l_-2MJucJx-127" parent="jYiKfdRUw1l_-2MJucJx-125" style="shape=partialRectangle;connectable=0;fillColor=none;top=0;left=0;bottom=0;right=0;align=left;spacingLeft=6;overflow=hidden;whiteSpace=wrap;html=1;" value="name" vertex="1">
+           <mxGeometry height="30" width="150" x="30" as="geometry">
+             <mxRectangle height="30" width="150" as="alternateBounds" />
+           </mxGeometry>
+         </mxCell>
+         <mxCell id="jYiKfdRUw1l_-2MJucJx-144" parent="jYiKfdRUw1l_-2MJucJx-121" style="shape=tableRow;horizontal=0;startSize=0;swimlaneHead=0;swimlaneBody=0;fillColor=none;collapsible=0;dropTarget=0;points=[[0,0.5],[1,0.5]];portConstraint=eastwest;top=0;left=0;right=0;bottom=0;" vertex="1">
+           <mxGeometry height="30" width="180" y="90" as="geometry" />
+         </mxCell>
+         <mxCell id="jYiKfdRUw1l_-2MJucJx-145" parent="jYiKfdRUw1l_-2MJucJx-144" style="shape=partialRectangle;connectable=0;fillColor=none;top=0;left=0;bottom=0;right=0;editable=1;overflow=hidden;whiteSpace=wrap;html=1;" value="FK" vertex="1">
+           <mxGeometry height="30" width="30" as="geometry">
+             <mxRectangle height="30" width="30" as="alternateBounds" />
+           </mxGeometry>
+         </mxCell>
+         <mxCell id="jYiKfdRUw1l_-2MJucJx-146" parent="jYiKfdRUw1l_-2MJucJx-144" style="shape=partialRectangle;connectable=0;fillColor=none;top=0;left=0;bottom=0;right=0;align=left;spacingLeft=6;overflow=hidden;whiteSpace=wrap;html=1;" value="title_id" vertex="1">
+           <mxGeometry height="30" width="150" x="30" as="geometry">
+             <mxRectangle height="30" width="150" as="alternateBounds" />
+           </mxGeometry>
+         </mxCell>
+         <mxCell id="jYiKfdRUw1l_-2MJucJx-147" parent="jYiKfdRUw1l_-2MJucJx-121" style="shape=tableRow;horizontal=0;startSize=0;swimlaneHead=0;swimlaneBody=0;fillColor=none;collapsible=0;dropTarget=0;points=[[0,0.5],[1,0.5]];portConstraint=eastwest;top=0;left=0;right=0;bottom=0;" vertex="1">
+           <mxGeometry height="30" width="180" y="120" as="geometry" />
+         </mxCell>
+         <mxCell id="jYiKfdRUw1l_-2MJucJx-148" parent="jYiKfdRUw1l_-2MJucJx-147" style="shape=partialRectangle;connectable=0;fillColor=none;top=0;left=0;bottom=0;right=0;editable=1;overflow=hidden;whiteSpace=wrap;html=1;" vertex="1">
+           <mxGeometry height="30" width="30" as="geometry">
+             <mxRectangle height="30" width="30" as="alternateBounds" />
+           </mxGeometry>
+         </mxCell>
+         <mxCell id="jYiKfdRUw1l_-2MJucJx-149" parent="jYiKfdRUw1l_-2MJucJx-147" style="shape=partialRectangle;connectable=0;fillColor=none;top=0;left=0;bottom=0;right=0;align=left;spacingLeft=6;overflow=hidden;whiteSpace=wrap;html=1;" value="name_ts" vertex="1">
+           <mxGeometry height="30" width="150" x="30" as="geometry">
+             <mxRectangle height="30" width="150" as="alternateBounds" />
+           </mxGeometry>
+         </mxCell>
+         <mxCell id="jYiKfdRUw1l_-2MJucJx-143" edge="1" parent="1" source="jYiKfdRUw1l_-2MJucJx-122" style="edgeStyle=orthogonalEdgeStyle;rounded=0;orthogonalLoop=1;jettySize=auto;html=1;entryX=0;entryY=0.5;entryDx=0;entryDy=0;endArrow=ERone;endFill=0;startArrow=ERoneToMany;startFill=0;" target="jYiKfdRUw1l_-2MJucJx-12">
+           <mxGeometry relative="1" as="geometry" />
        </mxCell>
      </root>
    </mxGraphModel>
  </diagram>
</mxfile>
